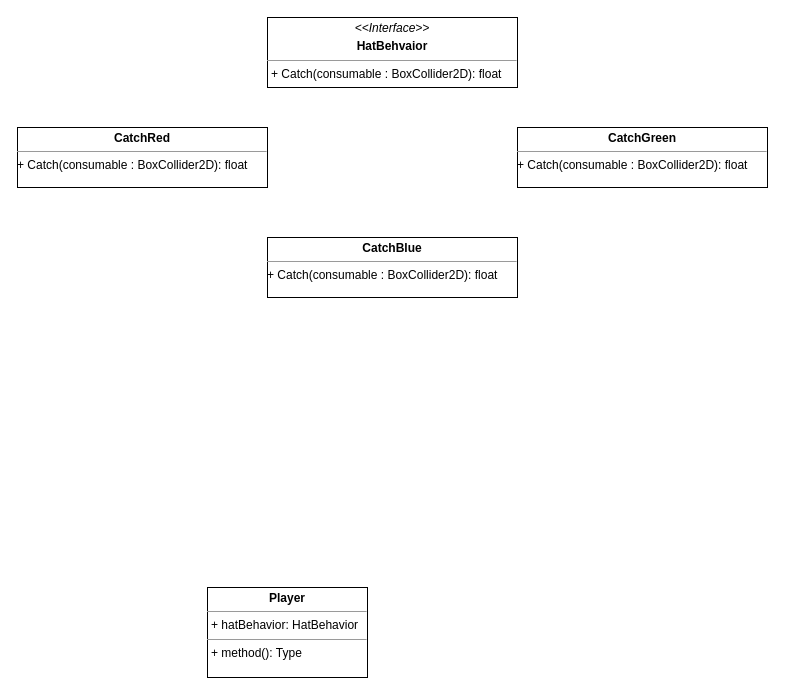
abreuker/CIS450 keeps this draw.io diagram as Assignment2.drawio. Above is the earlier version. Source tidied: cells renumbered, new cells numbered last; positions are measured from the earlier drawing's top-left corner, leaving out a move shared by most shapes. Both pictures are drawn from the tidied source at 100%, with x=0, y=0 at pixel (17, 17).
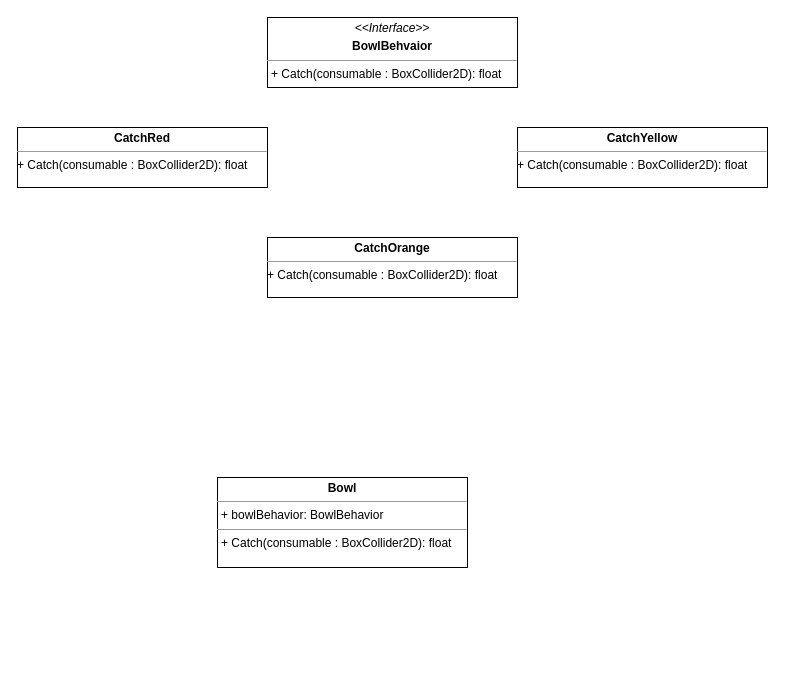
After the change.

The edit, as a diff of the source:
```diff
@@
 <mxGraphModel>
   <root>
     <mxCell id="0" />
     <mxCell id="1" parent="0" />
-    <mxCell id="2" value="&lt;p style=&quot;margin:0px;margin-top:4px;text-align:center;&quot;&gt;&lt;i&gt;&amp;lt;&amp;lt;Interface&amp;gt;&amp;gt;&lt;/i&gt;&lt;/p&gt;&lt;p style=&quot;margin:0px;margin-top:4px;text-align:center;&quot;&gt;&lt;b&gt;HatBehvaior&lt;/b&gt;&lt;b&gt;&lt;br&gt;&lt;/b&gt;&lt;/p&gt;&lt;hr size=&quot;1&quot;&gt;&lt;p style=&quot;margin:0px;margin-left:4px;&quot;&gt;+ Catch(consumable : BoxCollider2D): float&lt;br&gt;&lt;/p&gt;" style="verticalAlign=top;align=left;overflow=fill;fontSize=12;fontFamily=Helvetica;html=1;" parent="1" vertex="1">
+    <mxCell id="2" value="&lt;p style=&quot;margin:0px;margin-top:4px;text-align:center;&quot;&gt;&lt;i&gt;&amp;lt;&amp;lt;Interface&amp;gt;&amp;gt;&lt;/i&gt;&lt;/p&gt;&lt;p style=&quot;margin:0px;margin-top:4px;text-align:center;&quot;&gt;&lt;b&gt;BowlBehvaior&lt;/b&gt;&lt;b&gt;&lt;br&gt;&lt;/b&gt;&lt;/p&gt;&lt;hr size=&quot;1&quot;&gt;&lt;p style=&quot;margin:0px;margin-left:4px;&quot;&gt;+ Catch(consumable : BoxCollider2D): float&lt;br&gt;&lt;/p&gt;" style="verticalAlign=top;align=left;overflow=fill;fontSize=12;fontFamily=Helvetica;html=1;" parent="1" vertex="1">
       <mxGeometry x="250" width="250" height="70" as="geometry" />
     </mxCell>
     <mxCell id="3" value="&lt;p style=&quot;margin:0px;margin-top:4px;text-align:center;&quot;&gt;&lt;b&gt;CatchRed&lt;/b&gt;&lt;/p&gt;&lt;hr size=&quot;1&quot;&gt;+ Catch(consumable : BoxCollider2D): float" style="verticalAlign=top;align=left;overflow=fill;fontSize=12;fontFamily=Helvetica;html=1;" parent="1" vertex="1">
       <mxGeometry y="110" width="250" height="60" as="geometry" />
     </mxCell>
-    <mxCell id="4" value="&lt;p style=&quot;margin:0px;margin-top:4px;text-align:center;&quot;&gt;&lt;b&gt;CatchGreen&lt;/b&gt;&lt;/p&gt;&lt;hr size=&quot;1&quot;&gt;+ Catch(consumable : BoxCollider2D): float" style="verticalAlign=top;align=left;overflow=fill;fontSize=12;fontFamily=Helvetica;html=1;" parent="1" vertex="1">
+    <mxCell id="4" value="&lt;p style=&quot;margin:0px;margin-top:4px;text-align:center;&quot;&gt;&lt;b&gt;CatchYellow&lt;/b&gt;&lt;/p&gt;&lt;hr size=&quot;1&quot;&gt;+ Catch(consumable : BoxCollider2D): float" style="verticalAlign=top;align=left;overflow=fill;fontSize=12;fontFamily=Helvetica;html=1;" parent="1" vertex="1">
       <mxGeometry x="500" y="110" width="250" height="60" as="geometry" />
     </mxCell>
-    <mxCell id="5" value="&lt;p style=&quot;margin:0px;margin-top:4px;text-align:center;&quot;&gt;&lt;b&gt;CatchBlue&lt;/b&gt;&lt;/p&gt;&lt;hr size=&quot;1&quot;&gt;+ Catch(consumable : BoxCollider2D): float" style="verticalAlign=top;align=left;overflow=fill;fontSize=12;fontFamily=Helvetica;html=1;" parent="1" vertex="1">
+    <mxCell id="5" value="&lt;p style=&quot;margin:0px;margin-top:4px;text-align:center;&quot;&gt;&lt;b&gt;CatchOrange&lt;/b&gt;&lt;/p&gt;&lt;hr size=&quot;1&quot;&gt;+ Catch(consumable : BoxCollider2D): float" style="verticalAlign=top;align=left;overflow=fill;fontSize=12;fontFamily=Helvetica;html=1;" parent="1" vertex="1">
       <mxGeometry x="250" y="220" width="250" height="60" as="geometry" />
     </mxCell>
-    <mxCell id="6" value="&lt;p style=&quot;margin:0px;margin-top:4px;text-align:center;&quot;&gt;&lt;b&gt;Player&lt;/b&gt;&lt;br&gt;&lt;/p&gt;&lt;hr size=&quot;1&quot;&gt;&lt;p style=&quot;margin:0px;margin-left:4px;&quot;&gt;+ hatBehavior: HatBehavior&lt;/p&gt;&lt;hr size=&quot;1&quot;&gt;&lt;p style=&quot;margin:0px;margin-left:4px;&quot;&gt;+ method(): Type&lt;/p&gt;" style="verticalAlign=top;align=left;overflow=fill;fontSize=12;fontFamily=Helvetica;html=1;" parent="1" vertex="1">
-      <mxGeometry x="190" y="570" width="160" height="90" as="geometry" />
+    <mxCell id="6" value="&lt;p style=&quot;margin:0px;margin-top:4px;text-align:center;&quot;&gt;&lt;b&gt;Bowl&lt;/b&gt;&lt;br&gt;&lt;/p&gt;&lt;hr size=&quot;1&quot;&gt;&lt;p style=&quot;margin:0px;margin-left:4px;&quot;&gt;+ bowlBehavior: BowlBehavior&lt;/p&gt;&lt;hr size=&quot;1&quot;&gt;&lt;p style=&quot;margin:0px;margin-left:4px;&quot;&gt;+ Catch(consumable : BoxCollider2D): float&lt;/p&gt;" style="verticalAlign=top;align=left;overflow=fill;fontSize=12;fontFamily=Helvetica;html=1;" parent="1" vertex="1">
+      <mxGeometry x="200" y="460" width="250" height="90" as="geometry" />
     </mxCell>
   </root>
 </mxGraphModel>
```
